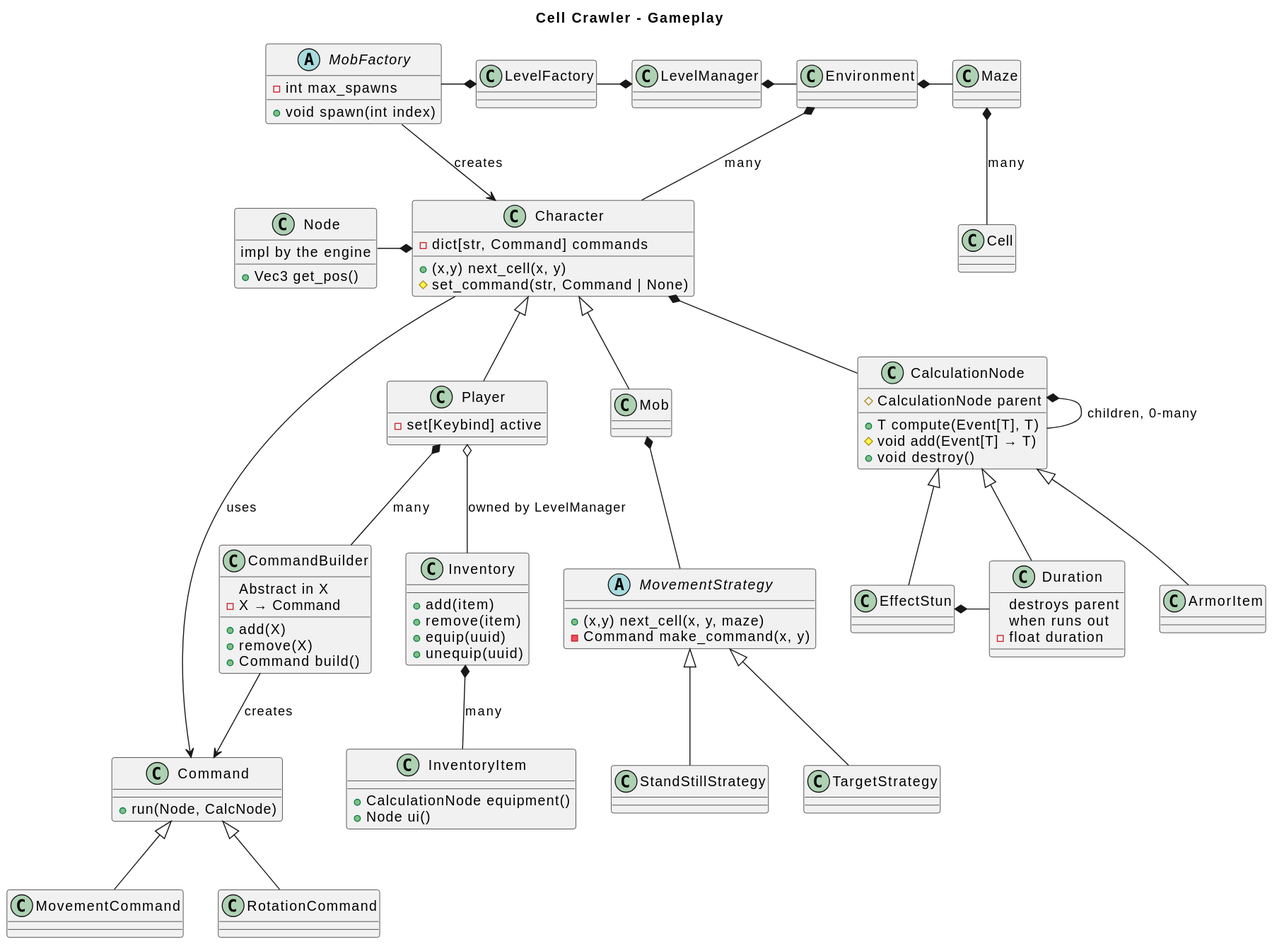
This is diagrams/classes-gameplay.svg from ITMO-2025-SD/Roguelike, a PlantUML export, as it was before one commit.
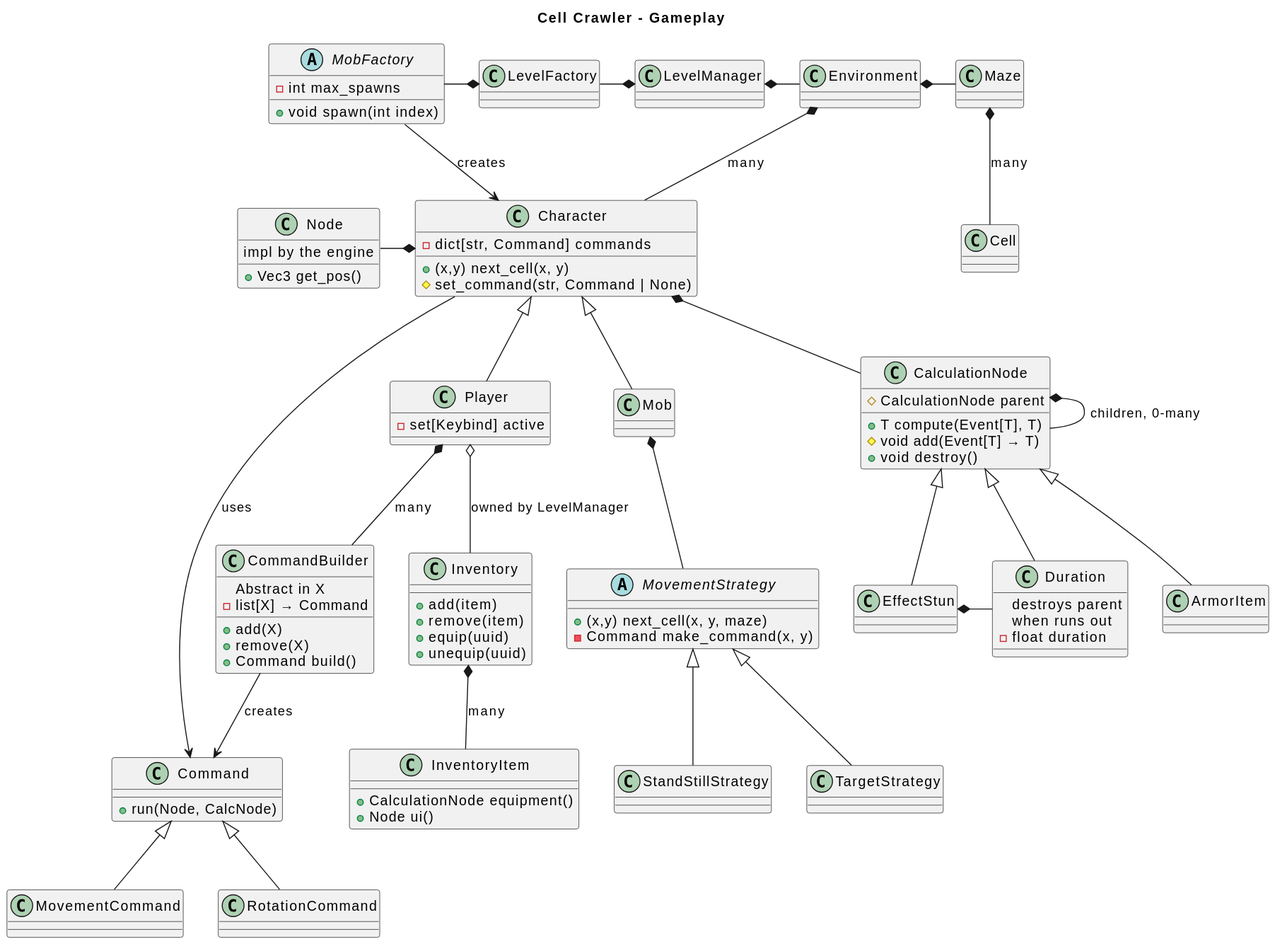
The same file after the commit.

Commit message:
Diagrams: fix CommandBuilder

Change to the diagram source:
```diff
@@ -13,7 +13,7 @@
 
 class CommandBuilder {
   Abstract in X
-  -X → Command
+  -list[X] → Command
   +add(X)
   +remove(X)
   +Command build()
```
